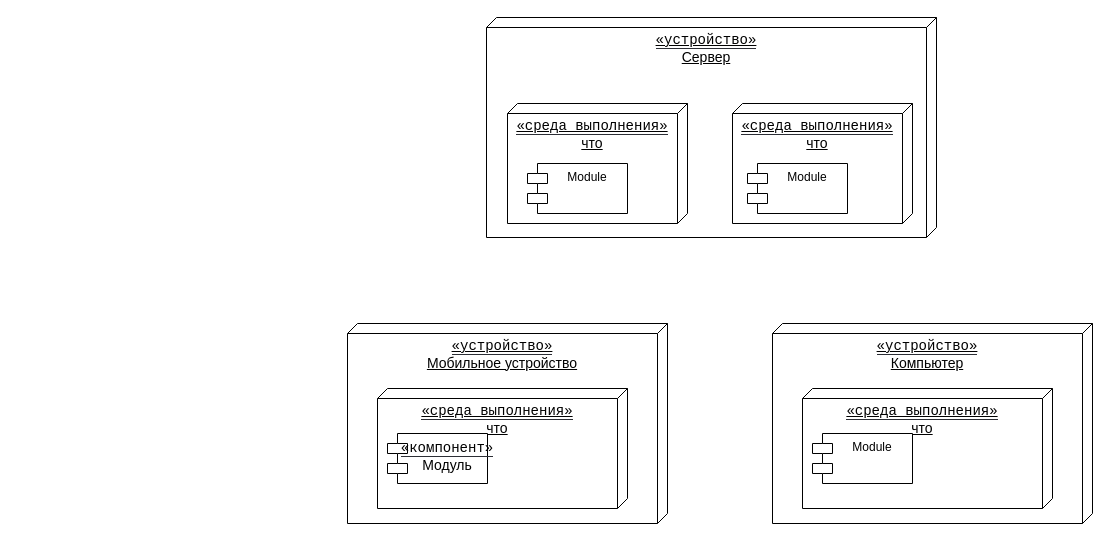
This is diagrams/deployment-diagram.drawio from KlosHiHi/CursedProj, a draw.io file, before an edit. Source tidied: cells renumbered, new cells numbered last; positions are measured from the earlier drawing's top-left corner, leaving out a move shared by most shapes. Both pictures are drawn from the tidied source at 100%, with x=0, y=0 at pixel (347, 17).
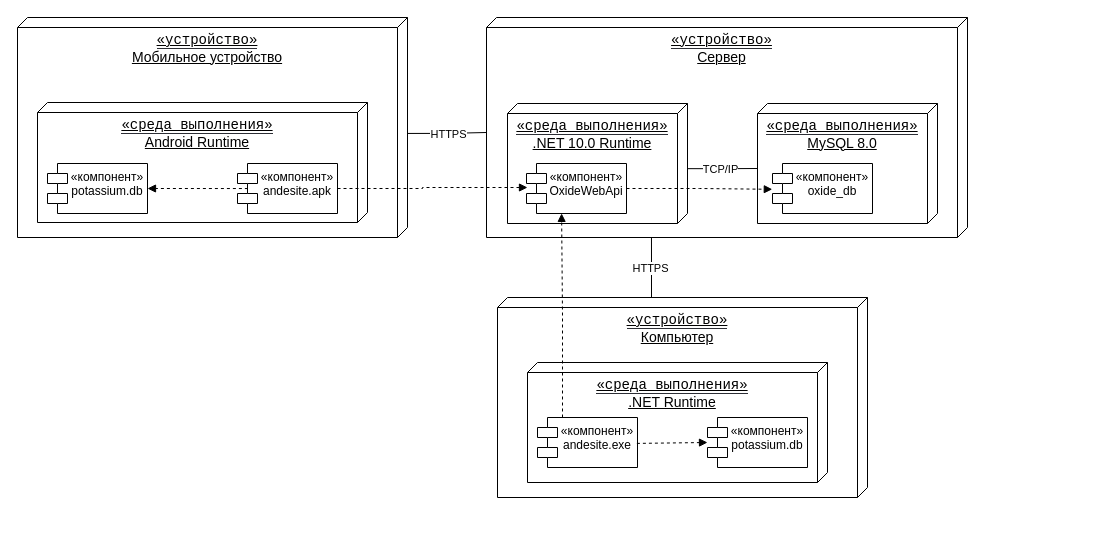
Above is the later version.

What changed in the source:
```diff
@@
     <mxCell id="2" value="&lt;code style=&quot;font-family: monospace; font-weight: 400; margin: 0px; text-decoration: none; border-bottom: 1.25px solid rgb(44, 46, 53);&quot; class=&quot;KDcb0c&quot; dir=&quot;ltr&quot;&gt;&lt;font style=&quot;font-size: 14px;&quot;&gt;«устройство»&lt;/font&gt;&lt;/code&gt;&lt;div&gt;&lt;font style=&quot;font-size: 14px;&quot;&gt;Сервер&lt;/font&gt;&lt;/div&gt;" style="verticalAlign=top;align=center;spacingTop=8;spacingLeft=2;spacingRight=12;shape=cube;size=10;direction=south;fontStyle=4;html=1;whiteSpace=wrap;" parent="1" vertex="1">
-      <mxGeometry x="139" width="450" height="220" as="geometry" />
+      <mxGeometry x="139" width="481" height="220" as="geometry" />
     </mxCell>
-    <mxCell id="3" value="&lt;code style=&quot;text-decoration-line: none; margin: 0px; border-bottom: 1.25px solid rgb(44, 46, 53);&quot; class=&quot;KDcb0c&quot; dir=&quot;ltr&quot;&gt;&lt;font style=&quot;font-size: 14px;&quot;&gt;«среда выполнения»&lt;/font&gt;&lt;/code&gt;&lt;div&gt;&lt;span style=&quot;font-size: 14px;&quot;&gt;что&lt;/span&gt;&lt;/div&gt;" style="verticalAlign=top;align=center;spacingTop=8;spacingLeft=2;spacingRight=12;shape=cube;size=10;direction=south;fontStyle=4;html=1;whiteSpace=wrap;" parent="1" vertex="1">
+    <mxCell id="3" value="&lt;code style=&quot;text-decoration-line: none; margin: 0px; border-bottom: 1.25px solid rgb(44, 46, 53);&quot; class=&quot;KDcb0c&quot; dir=&quot;ltr&quot;&gt;&lt;font style=&quot;font-size: 14px;&quot;&gt;«среда выполнения»&lt;/font&gt;&lt;/code&gt;&lt;div&gt;&lt;span style=&quot;font-size: 14px;&quot;&gt;.NET 10.0 Runtime&lt;/span&gt;&lt;/div&gt;" style="verticalAlign=top;align=center;spacingTop=8;spacingLeft=2;spacingRight=12;shape=cube;size=10;direction=south;fontStyle=4;html=1;whiteSpace=wrap;" parent="1" vertex="1">
       <mxGeometry x="160" y="86" width="180" height="120" as="geometry" />
     </mxCell>
-    <mxCell id="4" value="&lt;code style=&quot;text-decoration-line: none; margin: 0px; border-bottom: 1.25px solid rgb(44, 46, 53);&quot; class=&quot;KDcb0c&quot; dir=&quot;ltr&quot;&gt;&lt;font style=&quot;font-size: 14px;&quot;&gt;«среда выполнения»&lt;/font&gt;&lt;/code&gt;&lt;div&gt;&lt;span style=&quot;font-size: 14px;&quot;&gt;что&lt;/span&gt;&lt;/div&gt;" style="verticalAlign=top;align=center;spacingTop=8;spacingLeft=2;spacingRight=12;shape=cube;size=10;direction=south;fontStyle=4;html=1;whiteSpace=wrap;" parent="1" vertex="1">
-      <mxGeometry x="385" y="86" width="180" height="120" as="geometry" />
+    <mxCell id="4" value="&lt;code style=&quot;text-decoration-line: none; margin: 0px; border-bottom: 1.25px solid rgb(44, 46, 53);&quot; class=&quot;KDcb0c&quot; dir=&quot;ltr&quot;&gt;&lt;font style=&quot;font-size: 14px;&quot;&gt;«среда выполнения»&lt;/font&gt;&lt;/code&gt;&lt;div&gt;&lt;span style=&quot;font-size: 14px;&quot;&gt;MySQL 8.0&lt;/span&gt;&lt;/div&gt;" style="verticalAlign=top;align=center;spacingTop=8;spacingLeft=2;spacingRight=12;shape=cube;size=10;direction=south;fontStyle=4;html=1;whiteSpace=wrap;" parent="1" vertex="1">
+      <mxGeometry x="410" y="86" width="180" height="120" as="geometry" />
     </mxCell>
-    <mxCell id="5" value="Module" style="shape=module;align=left;spacingLeft=20;align=center;verticalAlign=top;whiteSpace=wrap;html=1;" parent="1" vertex="1">
-      <mxGeometry x="180" y="146" width="100" height="50" as="geometry" />
+    <mxCell id="5" value="&lt;span style=&quot;border-color: var(--border-color);&quot;&gt;«компонент»&lt;br style=&quot;border-color: var(--border-color);&quot;&gt;OxideWebApi&lt;br&gt;&lt;/span&gt;" style="shape=module;align=left;spacingLeft=20;align=center;verticalAlign=top;whiteSpace=wrap;html=1;" parent="1" vertex="1">
+      <mxGeometry x="179" y="146" width="100" height="50" as="geometry" />
     </mxCell>
-    <mxCell id="6" value="Module" style="shape=module;align=left;spacingLeft=20;align=center;verticalAlign=top;whiteSpace=wrap;html=1;" parent="1" vertex="1">
-      <mxGeometry x="400" y="146" width="100" height="50" as="geometry" />
+    <mxCell id="6" value="«компонент»&lt;br&gt;oxide_db" style="shape=module;align=left;spacingLeft=20;align=center;verticalAlign=top;whiteSpace=wrap;html=1;" parent="1" vertex="1">
+      <mxGeometry x="425" y="146" width="100" height="50" as="geometry" />
     </mxCell>
     <mxCell id="7" value="&lt;code style=&quot;text-decoration-line: none; margin: 0px; border-bottom: 1.25px solid rgb(44, 46, 53);&quot; class=&quot;KDcb0c&quot; dir=&quot;ltr&quot;&gt;&lt;font style=&quot;font-size: 14px;&quot;&gt;«устройство»&lt;/font&gt;&lt;/code&gt;&lt;div&gt;&lt;font style=&quot;font-size: 14px;&quot;&gt;Мобильное устройство&lt;/font&gt;&lt;/div&gt;" style="verticalAlign=top;align=center;spacingTop=8;spacingLeft=2;spacingRight=12;shape=cube;size=10;direction=south;fontStyle=4;html=1;whiteSpace=wrap;" parent="1" vertex="1">
-      <mxGeometry y="306" width="320" height="200" as="geometry" />
+      <mxGeometry x="-330" width="390" height="220" as="geometry" />
     </mxCell>
-    <mxCell id="8" value="&lt;code style=&quot;text-decoration-line: none; margin: 0px; border-bottom: 1.25px solid rgb(44, 46, 53);&quot; class=&quot;KDcb0c&quot; dir=&quot;ltr&quot;&gt;&lt;font style=&quot;font-size: 14px;&quot;&gt;«среда выполнения»&lt;/font&gt;&lt;/code&gt;&lt;div&gt;&lt;span style=&quot;font-size: 14px;&quot;&gt;что&lt;/span&gt;&lt;/div&gt;" style="verticalAlign=top;align=center;spacingTop=8;spacingLeft=2;spacingRight=12;shape=cube;size=10;direction=south;fontStyle=4;html=1;whiteSpace=wrap;" parent="1" vertex="1">
-      <mxGeometry x="30" y="371" width="250" height="120" as="geometry" />
+    <mxCell id="8" value="&lt;code style=&quot;text-decoration-line: none; margin: 0px; border-bottom: 1.25px solid rgb(44, 46, 53);&quot; class=&quot;KDcb0c&quot; dir=&quot;ltr&quot;&gt;&lt;font style=&quot;font-size: 14px;&quot;&gt;«среда выполнения»&lt;/font&gt;&lt;/code&gt;&lt;div&gt;&lt;span style=&quot;font-size: 14px;&quot;&gt;Android Runtime&lt;/span&gt;&lt;/div&gt;" style="verticalAlign=top;align=center;spacingTop=8;spacingLeft=2;spacingRight=12;shape=cube;size=10;direction=south;fontStyle=4;html=1;whiteSpace=wrap;" parent="1" vertex="1">
+      <mxGeometry x="-310" y="85" width="330" height="120" as="geometry" />
     </mxCell>
-    <mxCell id="9" value="&lt;code style=&quot;margin: 0px; border-bottom: 1.25px solid rgb(44, 46, 53);&quot; class=&quot;KDcb0c&quot; dir=&quot;ltr&quot;&gt;&lt;font style=&quot;font-size: 14px;&quot;&gt;«компонент»&lt;/font&gt;&lt;/code&gt;&lt;div&gt;&lt;span style=&quot;font-size: 14px;&quot;&gt;Модуль&lt;/span&gt;&lt;/div&gt;" style="shape=module;align=left;spacingLeft=20;align=center;verticalAlign=top;whiteSpace=wrap;html=1;" parent="1" vertex="1">
-      <mxGeometry x="40" y="416" width="100" height="50" as="geometry" />
+    <mxCell id="9" value="«компонент»&lt;br style=&quot;border-color: var(--border-color);&quot;&gt;andesite.apk" style="shape=module;align=left;spacingLeft=20;align=center;verticalAlign=top;whiteSpace=wrap;html=1;" parent="1" vertex="1">
+      <mxGeometry x="-110" y="146" width="100" height="50" as="geometry" />
     </mxCell>
     <mxCell id="10" value="&lt;code style=&quot;text-decoration-line: none; margin: 0px; border-bottom: 1.25px solid rgb(44, 46, 53);&quot; class=&quot;KDcb0c&quot; dir=&quot;ltr&quot;&gt;&lt;font style=&quot;font-size: 14px;&quot;&gt;«устройство»&lt;/font&gt;&lt;/code&gt;&lt;div&gt;&lt;span style=&quot;font-size: 14px;&quot;&gt;Компьютер&lt;/span&gt;&lt;/div&gt;" style="verticalAlign=top;align=center;spacingTop=8;spacingLeft=2;spacingRight=12;shape=cube;size=10;direction=south;fontStyle=4;html=1;whiteSpace=wrap;" parent="1" vertex="1">
-      <mxGeometry x="425" y="306" width="320" height="200" as="geometry" />
+      <mxGeometry x="150" y="280" width="370" height="200" as="geometry" />
     </mxCell>
-    <mxCell id="11" value="&lt;code style=&quot;text-decoration-line: none; margin: 0px; border-bottom: 1.25px solid rgb(44, 46, 53);&quot; class=&quot;KDcb0c&quot; dir=&quot;ltr&quot;&gt;&lt;font style=&quot;font-size: 14px;&quot;&gt;«среда выполнения»&lt;/font&gt;&lt;/code&gt;&lt;div&gt;&lt;span style=&quot;font-size: 14px;&quot;&gt;что&lt;/span&gt;&lt;/div&gt;" style="verticalAlign=top;align=center;spacingTop=8;spacingLeft=2;spacingRight=12;shape=cube;size=10;direction=south;fontStyle=4;html=1;whiteSpace=wrap;" parent="1" vertex="1">
-      <mxGeometry x="455" y="371" width="250" height="120" as="geometry" />
+    <mxCell id="11" value="&lt;code style=&quot;text-decoration-line: none; margin: 0px; border-bottom: 1.25px solid rgb(44, 46, 53);&quot; class=&quot;KDcb0c&quot; dir=&quot;ltr&quot;&gt;&lt;font style=&quot;font-size: 14px;&quot;&gt;«среда выполнения»&lt;/font&gt;&lt;/code&gt;&lt;div&gt;&lt;span style=&quot;font-size: 14px;&quot;&gt;.NET Runtime&lt;/span&gt;&lt;/div&gt;" style="verticalAlign=top;align=center;spacingTop=8;spacingLeft=2;spacingRight=12;shape=cube;size=10;direction=south;fontStyle=4;html=1;whiteSpace=wrap;" parent="1" vertex="1">
+      <mxGeometry x="180" y="345" width="300" height="120" as="geometry" />
     </mxCell>
+    <mxCell id="13" style="edgeStyle=orthogonalEdgeStyle;rounded=0;jettySize=auto;html=1;exitX=0.25;exitY=0;exitDx=0;exitDy=0;endArrow=block;endFill=1;dashed=1;entryX=0.351;entryY=0.998;entryDx=0;entryDy=0;entryPerimeter=0;" parent="1" edge="1" source="12" target="5">
+      <mxGeometry relative="1" as="geometry" />
+    </mxCell>
-    <mxCell id="12" value="Module" style="shape=module;align=left;spacingLeft=20;align=center;verticalAlign=top;whiteSpace=wrap;html=1;" parent="1" vertex="1">
-      <mxGeometry x="465" y="416" width="100" height="50" as="geometry" />
+    <mxCell id="12" value="«компонент»&lt;br style=&quot;border-color: var(--border-color);&quot;&gt;andesite.exe" style="shape=module;align=left;spacingLeft=20;align=center;verticalAlign=top;whiteSpace=wrap;html=1;" parent="1" vertex="1">
+      <mxGeometry x="190" y="400" width="100" height="50" as="geometry" />
     </mxCell>
+    <mxCell id="14" style="edgeStyle=orthogonalEdgeStyle;rounded=0;jettySize=auto;html=1;exitX=0.543;exitY=-0.002;exitDx=0;exitDy=0;exitPerimeter=0;entryX=0;entryY=0;entryDx=65;entryDy=180;entryPerimeter=0;endArrow=none;endFill=0;" parent="1" edge="1" source="3" target="4">
+      <mxGeometry relative="1" as="geometry" />
+    </mxCell>
+    <mxCell id="15" value="TCP/IP" style="edgeLabel;html=1;align=center;verticalAlign=middle;" parent="14" vertex="1">
+      <mxGeometry x="-0.09" relative="1" as="geometry" />
+    </mxCell>
+    <mxCell id="16" style="edgeStyle=orthogonalEdgeStyle;rounded=0;jettySize=auto;html=1;exitX=0.527;exitY=0;exitDx=0;exitDy=0;exitPerimeter=0;entryX=0;entryY=0;entryDx=114.99999999999999;entryDy=481;entryPerimeter=0;endArrow=none;endFill=0;" parent="1" edge="1" source="7" target="2">
+      <mxGeometry relative="1" as="geometry" />
+    </mxCell>
+    <mxCell id="17" value="HTTPS" style="edgeLabel;html=1;align=center;verticalAlign=middle;" parent="16" vertex="1">
+      <mxGeometry x="-0.48" y="-1" relative="1" as="geometry">
+        <mxPoint x="19" as="offset" />
+      </mxGeometry>
+    </mxCell>
+    <mxCell id="18" style="edgeStyle=orthogonalEdgeStyle;rounded=0;jettySize=auto;html=1;exitX=0;exitY=0;exitDx=0;exitDy=155;exitPerimeter=0;entryX=1.002;entryY=0.657;entryDx=0;entryDy=0;entryPerimeter=0;endArrow=none;endFill=0;" parent="1" edge="1" source="10" target="2">
+      <mxGeometry relative="1" as="geometry">
+        <Array as="points">
+          <mxPoint x="304" y="280" />
+        </Array>
+      </mxGeometry>
+    </mxCell>
+    <mxCell id="19" value="HTTPS" style="edgeLabel;html=1;align=center;verticalAlign=middle;" parent="18" vertex="1">
+      <mxGeometry x="0.11" y="1" relative="1" as="geometry">
+        <mxPoint y="-24" as="offset" />
+      </mxGeometry>
+    </mxCell>
+    <mxCell id="20" style="edgeStyle=orthogonalEdgeStyle;rounded=0;jettySize=auto;html=1;exitX=1;exitY=0.5;exitDx=0;exitDy=0;entryX=-0.002;entryY=0.516;entryDx=0;entryDy=0;entryPerimeter=0;endArrow=block;endFill=1;dashed=1;" parent="1" edge="1" source="5" target="6">
+      <mxGeometry relative="1" as="geometry" />
+    </mxCell>
+    <mxCell id="21" style="edgeStyle=orthogonalEdgeStyle;rounded=0;jettySize=auto;html=1;exitX=1;exitY=0.5;exitDx=0;exitDy=0;entryX=0.7;entryY=0.889;entryDx=0;entryDy=0;entryPerimeter=0;endArrow=block;endFill=1;dashed=1;" parent="1" edge="1" source="9" target="3">
+      <mxGeometry relative="1" as="geometry" />
+    </mxCell>
+    <mxCell id="22" value="«компонент»&lt;br style=&quot;border-color: var(--border-color);&quot;&gt;potassium.db" style="shape=module;align=left;spacingLeft=20;align=center;verticalAlign=top;whiteSpace=wrap;html=1;" parent="1" vertex="1">
+      <mxGeometry x="-300" y="146" width="100" height="50" as="geometry" />
+    </mxCell>
+    <mxCell id="23" style="endArrow=block;html=1;rounded=0;entryX=1;entryY=0.5;entryDx=0;entryDy=0;exitX=0.104;exitY=0.501;exitDx=0;exitDy=0;exitPerimeter=0;endFill=1;dashed=1;" parent="1" edge="1" source="9" target="22">
+      <mxGeometry relative="1" as="geometry" />
+    </mxCell>
+    <mxCell id="24" value="«компонент»&lt;br style=&quot;border-color: var(--border-color);&quot;&gt;potassium.db" style="shape=module;align=left;spacingLeft=20;align=center;verticalAlign=top;whiteSpace=wrap;html=1;" parent="1" vertex="1">
+      <mxGeometry x="360" y="400" width="100" height="50" as="geometry" />
+    </mxCell>
+    <mxCell id="25" style="endArrow=block;html=1;rounded=0;exitX=0.994;exitY=0.518;exitDx=0;exitDy=0;exitPerimeter=0;endFill=1;dashed=1;" parent="1" edge="1" source="12">
+      <mxGeometry relative="1" as="geometry">
+        <mxPoint x="360" y="425" as="targetPoint" />
+      </mxGeometry>
+    </mxCell>
```
